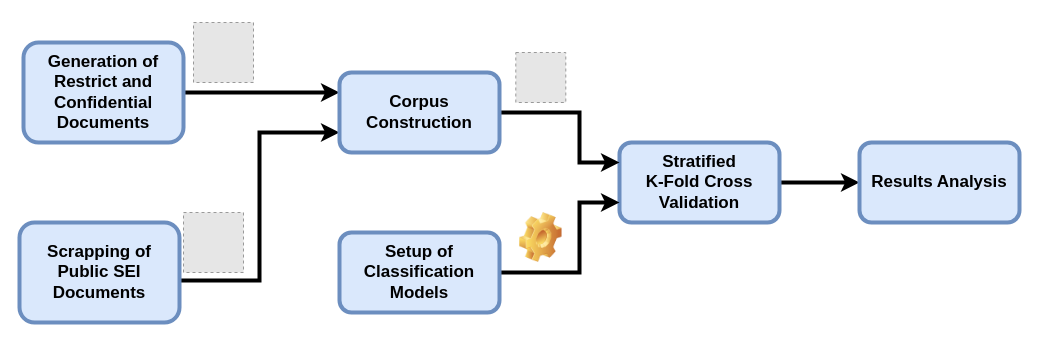
Above: sei_sigilo_methodology.drawio in viniciusrpb/drawio_flowcharts (draw.io), before the change. Source tidied: cells renumbered, new cells numbered last; positions are measured from the earlier drawing's top-left corner, leaving out a move shared by most shapes. Both pictures are drawn from the tidied source at 100%, with x=0, y=0 at pixel (19, 22). Pictures stored in the file or linked from it are replaced by grey dashed boxes.
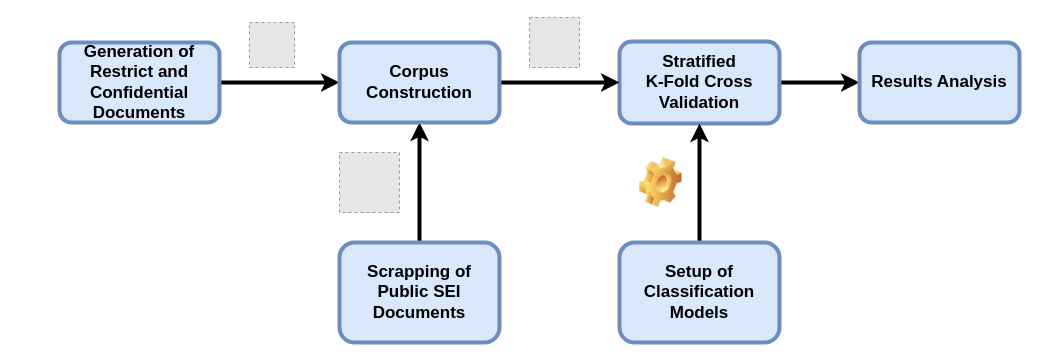
The same diagram, later.

The edit, as a diff of the source:
```diff
@@
-    <mxCell id="2" style="edgeStyle=orthogonalEdgeStyle;rounded=0;jettySize=auto;html=1;entryX=0;entryY=0.25;entryDx=0;entryDy=0;strokeWidth=4;" parent="1" edge="1" source="3" target="11">
+    <mxCell id="2" style="edgeStyle=orthogonalEdgeStyle;rounded=0;jettySize=auto;html=1;strokeWidth=4;" parent="1" edge="1" source="3" target="11">
       <mxGeometry relative="1" as="geometry" />
     </mxCell>
     <mxCell id="3" value="Generation of Restrict and Confidential Documents" style="rounded=1;whiteSpace=wrap;html=1;strokeWidth=4;fontSize=17;fontStyle=1;fillColor=#dae8fc;strokeColor=#6c8ebf;" parent="1" vertex="1">
-      <mxGeometry x="4" y="20" width="160" height="100" as="geometry" />
+      <mxGeometry x="40" y="20" width="160" height="80" as="geometry" />
     </mxCell>
@@
     <mxCell id="5" value="&lt;div&gt;Stratified&lt;/div&gt;K-Fold Cross Validation" style="rounded=1;whiteSpace=wrap;html=1;strokeWidth=4;fontSize=17;fontStyle=1;fillColor=#dae8fc;strokeColor=#6c8ebf;" parent="1" vertex="1">
-      <mxGeometry x="600" y="120" width="160" height="80" as="geometry" />
+      <mxGeometry x="600" y="19" width="160" height="82" as="geometry" />
     </mxCell>
     <mxCell id="6" style="fillColor=#E6E6E6;strokeColor=#999999;dashed=1;verticalLabelPosition=bottom;labelBackgroundColor=default;verticalAlign=top;" parent="1" vertex="1">
-      <mxGeometry x="496.3" y="30" width="50" height="50" as="geometry" />
+      <mxGeometry x="510" y="-5" width="50" height="50" as="geometry" />
     </mxCell>
     <mxCell id="7" value="Results Analysis" style="rounded=1;whiteSpace=wrap;html=1;strokeWidth=4;fontSize=17;fontStyle=1;fillColor=#dae8fc;strokeColor=#6c8ebf;" parent="1" vertex="1">
-      <mxGeometry x="840" y="120" width="160" height="80" as="geometry" />
+      <mxGeometry x="840" y="20" width="160" height="80" as="geometry" />
     </mxCell>
-    <mxCell id="8" style="edgeStyle=orthogonalEdgeStyle;rounded=0;jettySize=auto;html=1;exitX=1.006;exitY=0.58;exitDx=0;exitDy=0;entryX=0;entryY=0.75;entryDx=0;entryDy=0;exitPerimeter=0;strokeWidth=4;" parent="1" edge="1" source="9" target="11">
+    <mxCell id="8" style="edgeStyle=orthogonalEdgeStyle;rounded=0;jettySize=auto;html=1;entryX=0.5;entryY=1;entryDx=0;entryDy=0;strokeWidth=4;" parent="1" edge="1" source="9" target="11">
       <mxGeometry relative="1" as="geometry" />
     </mxCell>
     <mxCell id="9" value="Scrapping of Public SEI Documents" style="rounded=1;whiteSpace=wrap;html=1;strokeWidth=4;fontSize=17;fontStyle=1;fillColor=#dae8fc;strokeColor=#6c8ebf;" parent="1" vertex="1">
-      <mxGeometry y="200" width="160" height="100" as="geometry" />
+      <mxGeometry x="320" y="220" width="160" height="100" as="geometry" />
     </mxCell>
-    <mxCell id="10" style="edgeStyle=orthogonalEdgeStyle;rounded=0;jettySize=auto;html=1;entryX=0;entryY=0.25;entryDx=0;entryDy=0;strokeWidth=4;" parent="1" edge="1" source="11" target="5">
-      <mxGeometry relative="1" as="geometry">
-        <Array as="points">
-          <mxPoint x="560" y="90" />
-          <mxPoint x="560" y="140" />
-        </Array>
-      </mxGeometry>
+    <mxCell id="10" style="edgeStyle=orthogonalEdgeStyle;rounded=0;jettySize=auto;html=1;exitX=1;exitY=0.5;exitDx=0;exitDy=0;strokeWidth=4;" parent="1" edge="1" source="11" target="5">
+      <mxGeometry relative="1" as="geometry" />
     </mxCell>
     <mxCell id="11" value="Corpus Construction" style="rounded=1;whiteSpace=wrap;html=1;strokeWidth=4;fontSize=17;fontStyle=1;fillColor=#dae8fc;strokeColor=#6c8ebf;" parent="1" vertex="1">
-      <mxGeometry x="320" y="50" width="160" height="80" as="geometry" />
+      <mxGeometry x="320" y="20" width="160" height="80" as="geometry" />
     </mxCell>
-    <mxCell id="12" style="edgeStyle=orthogonalEdgeStyle;rounded=0;jettySize=auto;html=1;exitX=1;exitY=0.5;exitDx=0;exitDy=0;entryX=0;entryY=0.75;entryDx=0;entryDy=0;strokeWidth=4;" parent="1" edge="1" source="13" target="5">
-      <mxGeometry relative="1" as="geometry">
-        <Array as="points">
-          <mxPoint x="560" y="250" />
-          <mxPoint x="560" y="180" />
-        </Array>
-      </mxGeometry>
+    <mxCell id="12" style="edgeStyle=orthogonalEdgeStyle;rounded=0;jettySize=auto;html=1;entryX=0.5;entryY=1;entryDx=0;entryDy=0;strokeWidth=4;" parent="1" edge="1" source="13" target="5">
+      <mxGeometry relative="1" as="geometry" />
     </mxCell>
     <mxCell id="13" value="Setup of Classification Models" style="rounded=1;whiteSpace=wrap;html=1;strokeWidth=4;fontSize=17;fontStyle=1;fillColor=#dae8fc;strokeColor=#6c8ebf;" parent="1" vertex="1">
-      <mxGeometry x="320" y="210" width="160" height="80" as="geometry" />
+      <mxGeometry x="600" y="220" width="160" height="100" as="geometry" />
     </mxCell>
     <mxCell id="14" style="fillColor=#E6E6E6;strokeColor=#999999;dashed=1;verticalLabelPosition=bottom;labelBackgroundColor=default;verticalAlign=top;" parent="1" vertex="1">
-      <mxGeometry x="164" y="190" width="60" height="60" as="geometry" />
+      <mxGeometry x="320" y="130" width="60" height="60" as="geometry" />
     </mxCell>
     <mxCell id="15" style="fillColor=#E6E6E6;strokeColor=#999999;dashed=1;verticalLabelPosition=bottom;labelBackgroundColor=default;verticalAlign=top;" parent="1" vertex="1">
-      <mxGeometry x="174" width="60" height="60" as="geometry" />
+      <mxGeometry x="230" width="45" height="45" as="geometry" />
     </mxCell>
     <mxCell id="16" style="shape=image;html=1;verticalLabelPosition=bottom;verticalAlign=top;imageAspect=1;image=img/clipart/Gear_128x128.png;" parent="1" vertex="1">
-      <mxGeometry x="500" y="190" width="42.6" height="50" as="geometry" />
+      <mxGeometry x="620" y="135" width="42.6" height="50" as="geometry" />
     </mxCell>
```
